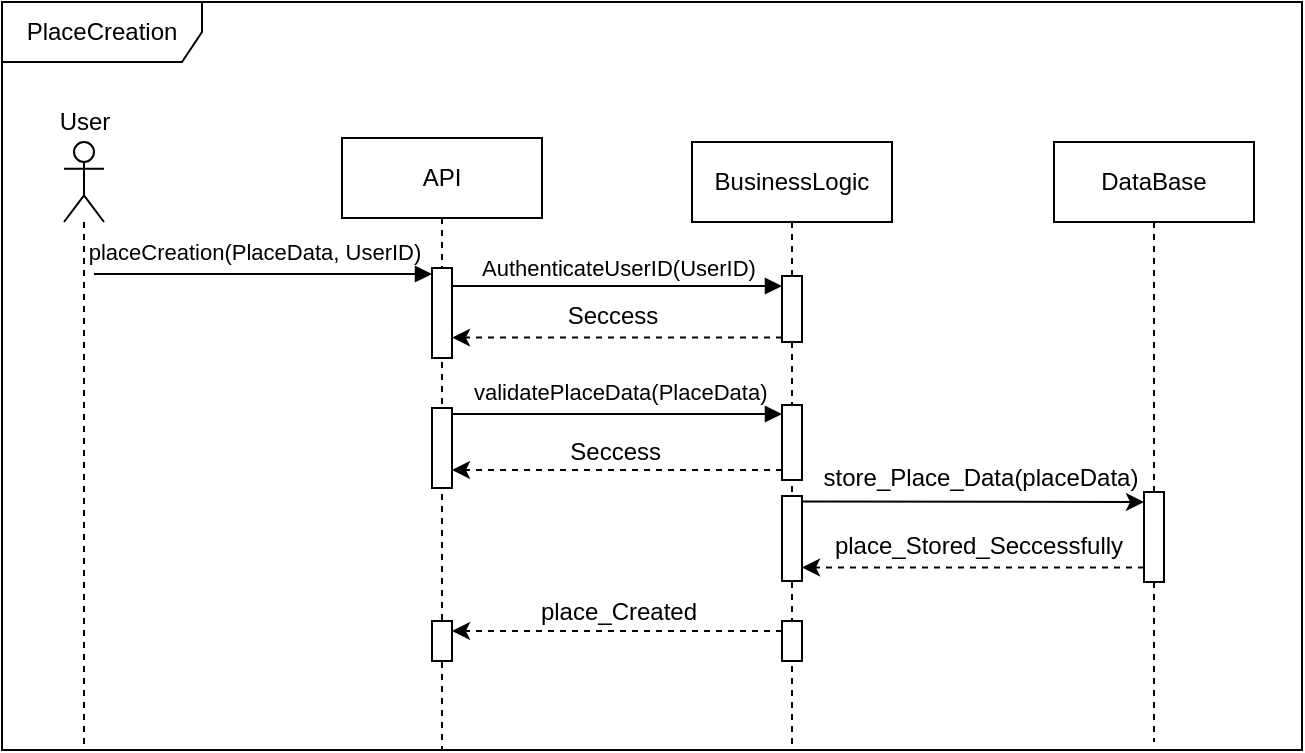
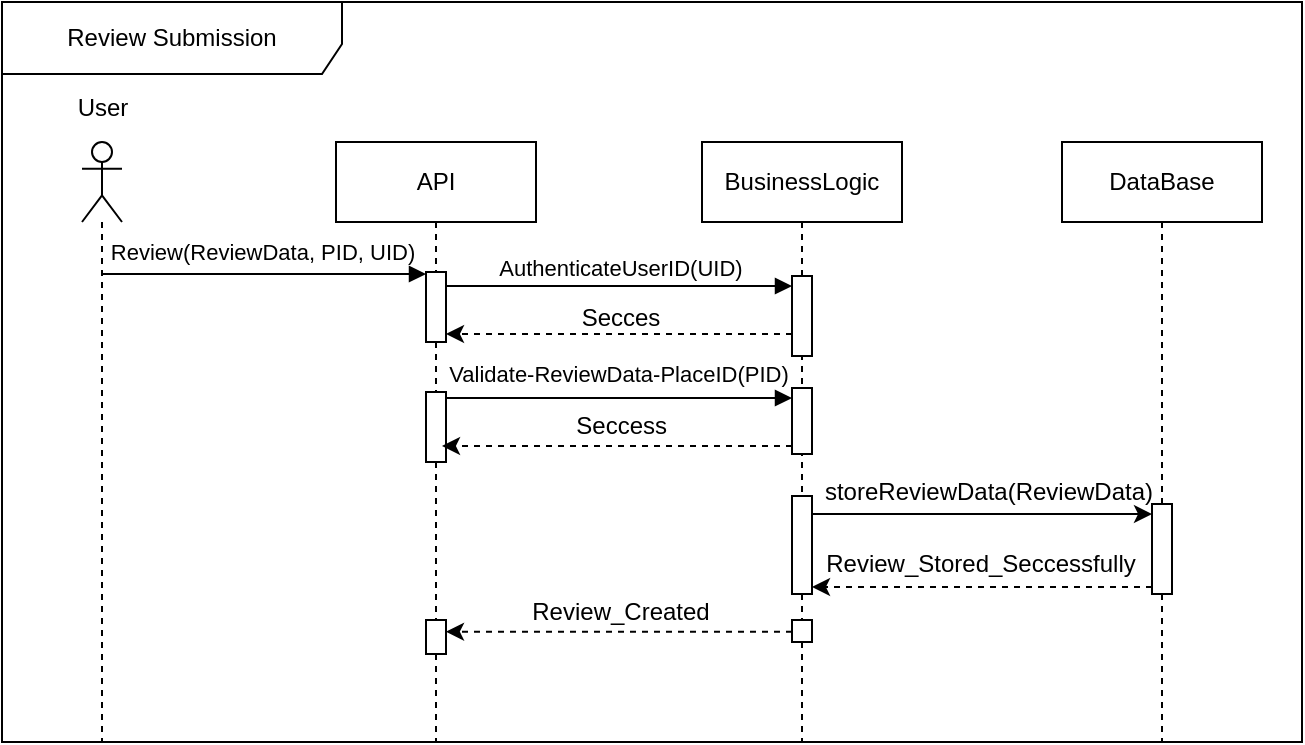
<mxfile host="65bd71144e">
    <diagram id="v4LnIP6nEvFRmVhbG8wk" name="Page-1">
-         <mxGraphModel dx="-565" dy="1257" grid="1" gridSize="10" guides="1" tooltips="1" connect="1" arrows="1" fold="1" page="1" pageScale="1" pageWidth="850" pageHeight="1100" background="#FFFFFF" math="0" shadow="0">
+         <mxGraphModel dx="4056" dy="2491" grid="1" gridSize="10" guides="1" tooltips="1" connect="1" arrows="1" fold="1" page="1" pageScale="1" pageWidth="850" pageHeight="1100" background="#FFFFFF" math="0" shadow="0">
            <root>
                <mxCell id="0"/>
                <mxCell id="1" parent="0"/>
-                 <mxCell id="153" value="API" style="shape=umlLifeline;perimeter=lifelinePerimeter;whiteSpace=wrap;html=1;container=1;dropTarget=0;collapsible=0;recursiveResize=0;outlineConnect=0;portConstraint=eastwest;newEdgeStyle={&quot;edgeStyle&quot;:&quot;elbowEdgeStyle&quot;,&quot;elbow&quot;:&quot;vertical&quot;,&quot;curved&quot;:0,&quot;rounded&quot;:0};" vertex="1" parent="1">
-                     <mxGeometry x="1190" y="-446" width="100" height="306" as="geometry"/>
+                 <mxCell id="236" value="API" style="shape=umlLifeline;perimeter=lifelinePerimeter;whiteSpace=wrap;html=1;container=1;dropTarget=0;collapsible=0;recursiveResize=0;outlineConnect=0;portConstraint=eastwest;newEdgeStyle={&quot;edgeStyle&quot;:&quot;elbowEdgeStyle&quot;,&quot;elbow&quot;:&quot;vertical&quot;,&quot;curved&quot;:0,&quot;rounded&quot;:0};" vertex="1" parent="1">
+                     <mxGeometry x="-603" y="-730" width="100" height="300" as="geometry"/>
                </mxCell>
-                 <mxCell id="154" value="" style="html=1;points=[[0,0,0,0,5],[0,1,0,0,-5],[1,0,0,0,5],[1,1,0,0,-5]];perimeter=orthogonalPerimeter;outlineConnect=0;targetShapes=umlLifeline;portConstraint=eastwest;newEdgeStyle={&quot;curved&quot;:0,&quot;rounded&quot;:0};" vertex="1" parent="153">
-                     <mxGeometry x="45" y="65" width="10" height="45" as="geometry"/>
+                 <mxCell id="237" value="" style="html=1;points=[[0,0,0,0,5],[0,1,0,0,-5],[1,0,0,0,5],[1,1,0,0,-5]];perimeter=orthogonalPerimeter;outlineConnect=0;targetShapes=umlLifeline;portConstraint=eastwest;newEdgeStyle={&quot;curved&quot;:0,&quot;rounded&quot;:0};" vertex="1" parent="236">
+                     <mxGeometry x="45" y="65" width="10" height="35" as="geometry"/>
                </mxCell>
-                 <mxCell id="155" value="BusinessLogic" style="shape=umlLifeline;perimeter=lifelinePerimeter;whiteSpace=wrap;html=1;container=1;dropTarget=0;collapsible=0;recursiveResize=0;outlineConnect=0;portConstraint=eastwest;newEdgeStyle={&quot;edgeStyle&quot;:&quot;elbowEdgeStyle&quot;,&quot;elbow&quot;:&quot;vertical&quot;,&quot;curved&quot;:0,&quot;rounded&quot;:0};" vertex="1" parent="1">
-                     <mxGeometry x="1365" y="-444" width="100" height="304" as="geometry"/>
+                 <mxCell id="238" value="" style="html=1;points=[[0,0,0,0,5],[0,1,0,0,-5],[1,0,0,0,5],[1,1,0,0,-5]];perimeter=orthogonalPerimeter;outlineConnect=0;targetShapes=umlLifeline;portConstraint=eastwest;newEdgeStyle={&quot;curved&quot;:0,&quot;rounded&quot;:0};" vertex="1" parent="236">
+                     <mxGeometry x="45" y="125" width="10" height="35" as="geometry"/>
                </mxCell>
-                 <mxCell id="156" value="" style="html=1;points=[[0,0,0,0,5],[0,1,0,0,-5],[1,0,0,0,5],[1,1,0,0,-5]];perimeter=orthogonalPerimeter;outlineConnect=0;targetShapes=umlLifeline;portConstraint=eastwest;newEdgeStyle={&quot;curved&quot;:0,&quot;rounded&quot;:0};" vertex="1" parent="155">
-                     <mxGeometry x="45" y="67" width="10" height="33" as="geometry"/>
+                 <mxCell id="239" value="BusinessLogic" style="shape=umlLifeline;perimeter=lifelinePerimeter;whiteSpace=wrap;html=1;container=1;dropTarget=0;collapsible=0;recursiveResize=0;outlineConnect=0;portConstraint=eastwest;newEdgeStyle={&quot;edgeStyle&quot;:&quot;elbowEdgeStyle&quot;,&quot;elbow&quot;:&quot;vertical&quot;,&quot;curved&quot;:0,&quot;rounded&quot;:0};" vertex="1" parent="1">
+                     <mxGeometry x="-420" y="-730" width="100" height="300" as="geometry"/>
                </mxCell>
-                 <mxCell id="157" value="" style="shape=umlLifeline;perimeter=lifelinePerimeter;whiteSpace=wrap;html=1;container=1;dropTarget=0;collapsible=0;recursiveResize=0;outlineConnect=0;portConstraint=eastwest;newEdgeStyle={&quot;curved&quot;:0,&quot;rounded&quot;:0};participant=umlActor;" vertex="1" parent="1">
-                     <mxGeometry x="1051" y="-444" width="20" height="304" as="geometry"/>
+                 <mxCell id="240" value="" style="html=1;points=[[0,0,0,0,5],[0,1,0,0,-5],[1,0,0,0,5],[1,1,0,0,-5]];perimeter=orthogonalPerimeter;outlineConnect=0;targetShapes=umlLifeline;portConstraint=eastwest;newEdgeStyle={&quot;curved&quot;:0,&quot;rounded&quot;:0};" vertex="1" parent="239">
+                     <mxGeometry x="45" y="67" width="10" height="40" as="geometry"/>
                </mxCell>
-                 <mxCell id="158" value="PlaceCreation" style="shape=umlFrame;whiteSpace=wrap;html=1;pointerEvents=0;width=100;height=30;" vertex="1" parent="1">
-                     <mxGeometry x="1020" y="-514" width="650" height="374" as="geometry"/>
+                 <mxCell id="241" value="" style="html=1;points=[[0,0,0,0,5],[0,1,0,0,-5],[1,0,0,0,5],[1,1,0,0,-5]];perimeter=orthogonalPerimeter;outlineConnect=0;targetShapes=umlLifeline;portConstraint=eastwest;newEdgeStyle={&quot;curved&quot;:0,&quot;rounded&quot;:0};" vertex="1" parent="239">
+                     <mxGeometry x="45" y="239" width="10" height="11" as="geometry"/>
                </mxCell>
-                 <mxCell id="159" value="DataBase" style="shape=umlLifeline;perimeter=lifelinePerimeter;whiteSpace=wrap;html=1;container=1;dropTarget=0;collapsible=0;recursiveResize=0;outlineConnect=0;portConstraint=eastwest;newEdgeStyle={&quot;edgeStyle&quot;:&quot;elbowEdgeStyle&quot;,&quot;elbow&quot;:&quot;vertical&quot;,&quot;curved&quot;:0,&quot;rounded&quot;:0};" vertex="1" parent="1">
-                     <mxGeometry x="1546" y="-444" width="100" height="300" as="geometry"/>
+                 <mxCell id="242" value="" style="shape=umlLifeline;perimeter=lifelinePerimeter;whiteSpace=wrap;html=1;container=1;dropTarget=0;collapsible=0;recursiveResize=0;outlineConnect=0;portConstraint=eastwest;newEdgeStyle={&quot;curved&quot;:0,&quot;rounded&quot;:0};participant=umlActor;" vertex="1" parent="1">
+                     <mxGeometry x="-730" y="-730" width="20" height="300" as="geometry"/>
                </mxCell>
-                 <mxCell id="160" value="" style="html=1;points=[[0,0,0,0,5],[0,1,0,0,-5],[1,0,0,0,5],[1,1,0,0,-5]];perimeter=orthogonalPerimeter;outlineConnect=0;targetShapes=umlLifeline;portConstraint=eastwest;newEdgeStyle={&quot;curved&quot;:0,&quot;rounded&quot;:0};" vertex="1" parent="159">
-                     <mxGeometry x="45" y="175" width="10" height="45" as="geometry"/>
+                 <mxCell id="243" value="Review Submission" style="shape=umlFrame;whiteSpace=wrap;html=1;pointerEvents=0;width=170;height=36;" vertex="1" parent="1">
+                     <mxGeometry x="-770" y="-800" width="650" height="370" as="geometry"/>
                </mxCell>
-                 <mxCell id="161" style="edgeStyle=none;html=1;curved=0;rounded=0;entryX=0;entryY=0;entryDx=0;entryDy=5;entryPerimeter=0;" edge="1" parent="1" target="160">
+                 <mxCell id="244" value="DataBase" style="shape=umlLifeline;perimeter=lifelinePerimeter;whiteSpace=wrap;html=1;container=1;dropTarget=0;collapsible=0;recursiveResize=0;outlineConnect=0;portConstraint=eastwest;newEdgeStyle={&quot;edgeStyle&quot;:&quot;elbowEdgeStyle&quot;,&quot;elbow&quot;:&quot;vertical&quot;,&quot;curved&quot;:0,&quot;rounded&quot;:0};" vertex="1" parent="1">
+                     <mxGeometry x="-240" y="-730" width="100" height="300" as="geometry"/>
+                 </mxCell>
+                 <mxCell id="245" value="" style="html=1;points=[[0,0,0,0,5],[0,1,0,0,-5],[1,0,0,0,5],[1,1,0,0,-5]];perimeter=orthogonalPerimeter;outlineConnect=0;targetShapes=umlLifeline;portConstraint=eastwest;newEdgeStyle={&quot;curved&quot;:0,&quot;rounded&quot;:0};" vertex="1" parent="244">
+                     <mxGeometry x="45" y="181" width="10" height="45" as="geometry"/>
+                 </mxCell>
+                 <mxCell id="246" style="edgeStyle=none;html=1;curved=0;rounded=0;entryX=0;entryY=0;entryDx=0;entryDy=5;entryPerimeter=0;" edge="1" parent="1" source="256" target="245">
                    <mxGeometry relative="1" as="geometry">
-                         <mxPoint x="1420" y="-264.26" as="sourcePoint"/>
-                         <mxPoint x="1600" y="-264.5" as="targetPoint"/>
+                         <mxPoint x="-415" y="-546" as="sourcePoint"/>
+                         <mxPoint x="-215" y="-546" as="targetPoint"/>
                    </mxGeometry>
                </mxCell>
-                 <mxCell id="162" value="" style="html=1;verticalAlign=bottom;endArrow=block;curved=0;rounded=0;" edge="1" parent="1" target="154">
-                     <mxGeometry x="0.0044" width="80" relative="1" as="geometry">
-                         <mxPoint x="1066" y="-378" as="sourcePoint"/>
-                         <mxPoint x="1230" y="-377.5" as="targetPoint"/>
+                 <mxCell id="247" value="" style="html=1;verticalAlign=bottom;endArrow=block;curved=0;rounded=0;" edge="1" parent="1" target="237">
+                     <mxGeometry x="0.1111" width="80" relative="1" as="geometry">
+                         <mxPoint x="-720" y="-664" as="sourcePoint"/>
+                         <mxPoint x="-615" y="-664" as="targetPoint"/>
                        <mxPoint as="offset"/>
                    </mxGeometry>
                </mxCell>
-                 <mxCell id="163" value="AuthenticateUserID(UserID)" style="html=1;verticalAlign=bottom;endArrow=block;curved=0;rounded=0;entryX=0;entryY=0;entryDx=0;entryDy=5;entryPerimeter=0;" edge="1" parent="1" source="154" target="156">
+                 <mxCell id="248" value="AuthenticateUserID(UID)" style="html=1;verticalAlign=bottom;endArrow=block;curved=0;rounded=0;entryX=0;entryY=0;entryDx=0;entryDy=5;entryPerimeter=0;" edge="1" parent="1" source="237" target="240">
                    <mxGeometry x="-0.001" width="80" relative="1" as="geometry">
-                         <mxPoint x="1250" y="-374.5" as="sourcePoint"/>
-                         <mxPoint x="1351" y="-372.5" as="targetPoint"/>
+                         <mxPoint x="-550" y="-658" as="sourcePoint"/>
+                         <mxPoint x="-439" y="-658.5" as="targetPoint"/>
                        <mxPoint as="offset"/>
                    </mxGeometry>
                </mxCell>
-                 <mxCell id="164" value="" style="html=1;verticalAlign=bottom;endArrow=block;curved=0;rounded=0;exitX=1;exitY=0;exitDx=0;exitDy=5;exitPerimeter=0;" edge="1" parent="1">
-                     <mxGeometry x="0.4852" y="10" width="80" relative="1" as="geometry">
-                         <mxPoint x="1245" y="-308" as="sourcePoint"/>
-                         <mxPoint x="1410" y="-308" as="targetPoint"/>
-                         <mxPoint as="offset"/>
+                 <mxCell id="249" value="" style="html=1;verticalAlign=bottom;endArrow=block;curved=0;rounded=0;entryX=0;entryY=0;entryDx=0;entryDy=5;entryPerimeter=0;" edge="1" parent="1" source="238" target="261">
+                     <mxGeometry width="80" relative="1" as="geometry">
+                         <mxPoint x="-550" y="-602" as="sourcePoint"/>
+                         <mxPoint x="-395" y="-603.25" as="targetPoint"/>
                    </mxGeometry>
                </mxCell>
-                 <mxCell id="165" value="" style="edgeStyle=none;html=1;curved=0;rounded=0;dashed=1;exitX=0;exitY=1;exitDx=0;exitDy=-5;exitPerimeter=0;" edge="1" parent="1" source="175" target="227">
+                 <mxCell id="250" value="" style="edgeStyle=none;html=1;curved=0;rounded=0;dashed=1;exitX=0;exitY=1;exitDx=0;exitDy=-5;exitPerimeter=0;" edge="1" parent="1">
                    <mxGeometry relative="1" as="geometry">
-                         <mxPoint x="1405" y="-286.5" as="sourcePoint"/>
-                         <mxPoint x="1205" y="-286.5" as="targetPoint"/>
+                         <mxPoint x="-374.9999999999998" y="-578.0000000000001" as="sourcePoint"/>
+                         <mxPoint x="-550" y="-578" as="targetPoint"/>
                    </mxGeometry>
                </mxCell>
-                 <mxCell id="166" value="Seccess&amp;nbsp;" style="text;html=1;align=center;verticalAlign=middle;resizable=0;points=[];autosize=1;strokeColor=none;fillColor=none;" vertex="1" parent="1">
-                     <mxGeometry x="1293" y="-304" width="70" height="30" as="geometry"/>
+                 <mxCell id="251" value="Seccess&amp;nbsp;" style="text;html=1;align=center;verticalAlign=middle;resizable=0;points=[];autosize=1;strokeColor=none;fillColor=none;" vertex="1" parent="1">
+                     <mxGeometry x="-494" y="-603" width="70" height="30" as="geometry"/>
                </mxCell>
-                 <mxCell id="167" style="edgeStyle=none;html=1;curved=0;rounded=0;dashed=1;" edge="1" parent="1" source="160">
+                 <mxCell id="252" style="edgeStyle=none;html=1;curved=0;rounded=0;dashed=1;" edge="1" parent="1" target="256">
                    <mxGeometry relative="1" as="geometry">
-                         <mxPoint x="1600" y="-231.5" as="sourcePoint"/>
-                         <mxPoint x="1420" y="-231.26" as="targetPoint"/>
+                         <mxPoint x="-195" y="-507.5" as="sourcePoint"/>
+                         <mxPoint x="-395" y="-507.5" as="targetPoint"/>
                    </mxGeometry>
                </mxCell>
-                 <mxCell id="168" value="store_Place_Data(placeData)" style="text;html=1;align=center;verticalAlign=middle;resizable=0;points=[];autosize=1;strokeColor=none;fillColor=none;" vertex="1" parent="1">
-                     <mxGeometry x="1419" y="-291" width="180" height="30" as="geometry"/>
+                 <mxCell id="253" value="storeReviewData(ReviewData)" style="text;html=1;align=center;verticalAlign=middle;resizable=0;points=[];autosize=1;strokeColor=none;fillColor=none;" vertex="1" parent="1">
+                     <mxGeometry x="-372" y="-570" width="190" height="30" as="geometry"/>
                </mxCell>
-                 <mxCell id="169" value="place_Stored_Seccessfully" style="text;html=1;align=center;verticalAlign=middle;resizable=0;points=[];autosize=1;strokeColor=none;fillColor=none;" vertex="1" parent="1">
-                     <mxGeometry x="1423" y="-257.5" width="170" height="30" as="geometry"/>
+                 <mxCell id="254" value="Review_Stored_Seccessfully" style="text;html=1;align=center;verticalAlign=middle;resizable=0;points=[];autosize=1;strokeColor=none;fillColor=none;" vertex="1" parent="1">
+                     <mxGeometry x="-371" y="-534" width="180" height="30" as="geometry"/>
                </mxCell>
-                 <mxCell id="170" value="" style="html=1;points=[[0,0,0,0,5],[0,1,0,0,-5],[1,0,0,0,5],[1,1,0,0,-5]];perimeter=orthogonalPerimeter;outlineConnect=0;targetShapes=umlLifeline;portConstraint=eastwest;newEdgeStyle={&quot;curved&quot;:0,&quot;rounded&quot;:0};" vertex="1" parent="1">
-                     <mxGeometry x="1410" y="-267" width="10" height="42.5" as="geometry"/>
-                 </mxCell>
-                 <mxCell id="171" value="place_Created" style="text;html=1;align=center;verticalAlign=middle;resizable=0;points=[];autosize=1;strokeColor=none;fillColor=none;" vertex="1" parent="1">
-                     <mxGeometry x="1278" y="-224.5" width="100" height="30" as="geometry"/>
-                 </mxCell>
-                 <mxCell id="172" value="User" style="text;html=1;align=center;verticalAlign=middle;resizable=0;points=[];autosize=1;strokeColor=none;fillColor=none;" vertex="1" parent="1">
-                     <mxGeometry x="1036" y="-469.5" width="50" height="30" as="geometry"/>
-                 </mxCell>
-                 <mxCell id="173" value="" style="edgeStyle=none;html=1;curved=0;rounded=0;dashed=1;" edge="1" parent="1" target="154">
+                 <mxCell id="255" style="edgeStyle=none;html=1;curved=0;rounded=0;dashed=1;" edge="1" parent="1" target="262">
                    <mxGeometry relative="1" as="geometry">
-                         <mxPoint x="1410" y="-346.19000000000005" as="sourcePoint"/>
-                         <mxPoint x="1260" y="-346.19000000000005" as="targetPoint"/>
+                         <mxPoint x="-375" y="-485.1700000000001" as="sourcePoint"/>
+                         <mxPoint x="-530" y="-485.1700000000001" as="targetPoint"/>
                    </mxGeometry>
                </mxCell>
-                 <mxCell id="174" value="Seccess" style="text;html=1;align=center;verticalAlign=middle;resizable=0;points=[];autosize=1;strokeColor=none;fillColor=none;" vertex="1" parent="1">
-                     <mxGeometry x="1290" y="-372" width="70" height="30" as="geometry"/>
+                 <mxCell id="256" value="" style="html=1;points=[[0,0,0,0,5],[0,1,0,0,-5],[1,0,0,0,5],[1,1,0,0,-5]];perimeter=orthogonalPerimeter;outlineConnect=0;targetShapes=umlLifeline;portConstraint=eastwest;newEdgeStyle={&quot;curved&quot;:0,&quot;rounded&quot;:0};" vertex="1" parent="1">
+                     <mxGeometry x="-375" y="-553" width="10" height="49" as="geometry"/>
                </mxCell>
-                 <mxCell id="175" value="" style="html=1;points=[[0,0,0,0,5],[0,1,0,0,-5],[1,0,0,0,5],[1,1,0,0,-5]];perimeter=orthogonalPerimeter;outlineConnect=0;targetShapes=umlLifeline;portConstraint=eastwest;newEdgeStyle={&quot;curved&quot;:0,&quot;rounded&quot;:0};" vertex="1" parent="1">
-                     <mxGeometry x="1410" y="-312.5" width="10" height="37.5" as="geometry"/>
+                 <mxCell id="257" value="Review_Created" style="text;html=1;align=center;verticalAlign=middle;resizable=0;points=[];autosize=1;strokeColor=none;fillColor=none;" vertex="1" parent="1">
+                     <mxGeometry x="-516" y="-510" width="110" height="30" as="geometry"/>
                </mxCell>
-                 <mxCell id="225" value="&lt;span style=&quot;color: rgb(0, 0, 0); font-size: 11px; background-color: rgb(255, 255, 255);&quot;&gt;placeCreation(PlaceData, UserID)&lt;/span&gt;" style="text;html=1;align=center;verticalAlign=middle;resizable=0;points=[];autosize=1;strokeColor=none;fillColor=none;" vertex="1" parent="1">
-                     <mxGeometry x="1051" y="-404.5" width="190" height="30" as="geometry"/>
+                 <mxCell id="258" value="User" style="text;html=1;align=center;verticalAlign=middle;resizable=0;points=[];autosize=1;strokeColor=none;fillColor=none;" vertex="1" parent="1">
+                     <mxGeometry x="-745" y="-762.5" width="50" height="30" as="geometry"/>
                </mxCell>
-                 <mxCell id="226" value="&lt;span style=&quot;color: rgb(0, 0, 0); font-family: Helvetica; font-size: 11px; font-style: normal; font-variant-ligatures: normal; font-variant-caps: normal; font-weight: 400; letter-spacing: normal; orphans: 2; text-align: center; text-indent: 0px; text-transform: none; widows: 2; word-spacing: 0px; -webkit-text-stroke-width: 0px; white-space: nowrap; background-color: rgb(255, 255, 255); text-decoration-thickness: initial; text-decoration-style: initial; text-decoration-color: initial; float: none; display: inline !important;&quot;&gt;validatePlaceData(PlaceData)&lt;/span&gt;" style="text;whiteSpace=wrap;html=1;" vertex="1" parent="1">
-                     <mxGeometry x="1254" y="-333" width="100" height="20" as="geometry"/>
+                 <mxCell id="259" value="" style="edgeStyle=none;html=1;curved=0;rounded=0;dashed=1;" edge="1" parent="1" target="237">
+                     <mxGeometry relative="1" as="geometry">
+                         <mxPoint x="-375" y="-634" as="sourcePoint"/>
+                         <mxPoint x="-525" y="-634" as="targetPoint"/>
+                     </mxGeometry>
                </mxCell>
-                 <mxCell id="227" value="" style="html=1;points=[[0,0,0,0,5],[0,1,0,0,-5],[1,0,0,0,5],[1,1,0,0,-5]];perimeter=orthogonalPerimeter;outlineConnect=0;targetShapes=umlLifeline;portConstraint=eastwest;newEdgeStyle={&quot;curved&quot;:0,&quot;rounded&quot;:0};" vertex="1" parent="1">
-                     <mxGeometry x="1235" y="-311" width="10" height="40" as="geometry"/>
+                 <mxCell id="260" value="Secces" style="text;html=1;align=center;verticalAlign=middle;resizable=0;points=[];autosize=1;strokeColor=none;fillColor=none;" vertex="1" parent="1">
+                     <mxGeometry x="-491" y="-657" width="60" height="30" as="geometry"/>
                </mxCell>
-                 <mxCell id="228" value="" style="html=1;points=[[0,0,0,0,5],[0,1,0,0,-5],[1,0,0,0,5],[1,1,0,0,-5]];perimeter=orthogonalPerimeter;outlineConnect=0;targetShapes=umlLifeline;portConstraint=eastwest;newEdgeStyle={&quot;curved&quot;:0,&quot;rounded&quot;:0};" vertex="1" parent="1">
-                     <mxGeometry x="1410" y="-204.5" width="10" height="20" as="geometry"/>
+                 <mxCell id="261" value="" style="html=1;points=[[0,0,0,0,5],[0,1,0,0,-5],[1,0,0,0,5],[1,1,0,0,-5]];perimeter=orthogonalPerimeter;outlineConnect=0;targetShapes=umlLifeline;portConstraint=eastwest;newEdgeStyle={&quot;curved&quot;:0,&quot;rounded&quot;:0};" vertex="1" parent="1">
+                     <mxGeometry x="-375" y="-607" width="10" height="33" as="geometry"/>
                </mxCell>
-                 <mxCell id="229" value="" style="html=1;points=[[0,0,0,0,5],[0,1,0,0,-5],[1,0,0,0,5],[1,1,0,0,-5]];perimeter=orthogonalPerimeter;outlineConnect=0;targetShapes=umlLifeline;portConstraint=eastwest;newEdgeStyle={&quot;curved&quot;:0,&quot;rounded&quot;:0};" vertex="1" parent="1">
-                     <mxGeometry x="1235" y="-204.5" width="10" height="20" as="geometry"/>
+                 <mxCell id="262" value="" style="html=1;points=[[0,0,0,0,5],[0,1,0,0,-5],[1,0,0,0,5],[1,1,0,0,-5]];perimeter=orthogonalPerimeter;outlineConnect=0;targetShapes=umlLifeline;portConstraint=eastwest;newEdgeStyle={&quot;curved&quot;:0,&quot;rounded&quot;:0};" vertex="1" parent="1">
+                     <mxGeometry x="-558" y="-491" width="10" height="17" as="geometry"/>
                </mxCell>
-                 <mxCell id="231" style="edgeStyle=none;html=1;curved=0;rounded=0;dashed=1;exitX=0;exitY=0;exitDx=0;exitDy=5;exitPerimeter=0;" edge="1" parent="1" source="228" target="229">
-                     <mxGeometry relative="1" as="geometry">
-                         <mxPoint x="1405.5" y="-197.5" as="sourcePoint"/>
-                         <mxPoint x="1250.5" y="-197.5" as="targetPoint"/>
-                     </mxGeometry>
+                 <mxCell id="263" value="&lt;br style=&quot;color: rgb(63, 63, 63); scrollbar-color: rgb(226, 226, 226) rgb(251, 251, 251); font-size: 11px;&quot;&gt;&lt;span style=&quot;scrollbar-color: rgb(226, 226, 226) rgb(251, 251, 251); font-size: 11px; background-color: rgb(255, 255, 255); float: none; display: inline !important; color: rgb(0, 0, 0);&quot;&gt;Review(ReviewData, PID, UID)&lt;/span&gt;" style="text;html=1;align=center;verticalAlign=middle;resizable=0;points=[];autosize=1;strokeColor=none;fillColor=none;" vertex="1" parent="1">
+                     <mxGeometry x="-730" y="-703" width="180" height="40" as="geometry"/>
+                 </mxCell>
+                 <mxCell id="264" value="&lt;span style=&quot;color: rgb(0, 0, 0); font-size: 11px; background-color: rgb(255, 255, 255);&quot;&gt;Validate-ReviewData-PlaceID(PID)&lt;/span&gt;" style="text;html=1;align=center;verticalAlign=middle;resizable=0;points=[];autosize=1;strokeColor=none;fillColor=none;" vertex="1" parent="1">
+                     <mxGeometry x="-557" y="-629" width="190" height="30" as="geometry"/>
                </mxCell>
            </root>
        </mxGraphModel>
    </diagram>
</mxfile>
